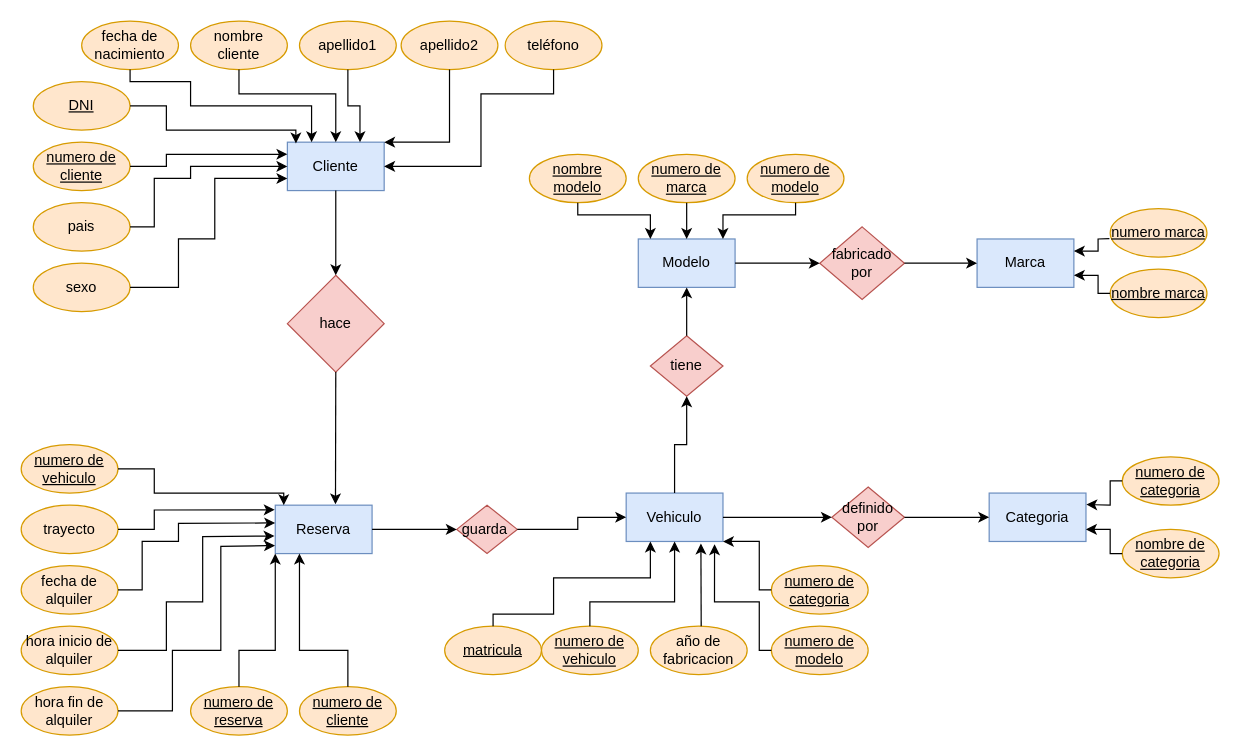
PedroCorroDev/aprendiendo-react keeps this draw.io diagram as Diagrama BBDD.drawio. Above is the earlier version. Source tidied: cells renumbered, new cells numbered last; positions are measured from the earlier drawing's top-left corner, leaving out a move shared by most shapes. Both pictures are drawn from the tidied source at 121%, with x=0, y=0 at pixel (21, 21).
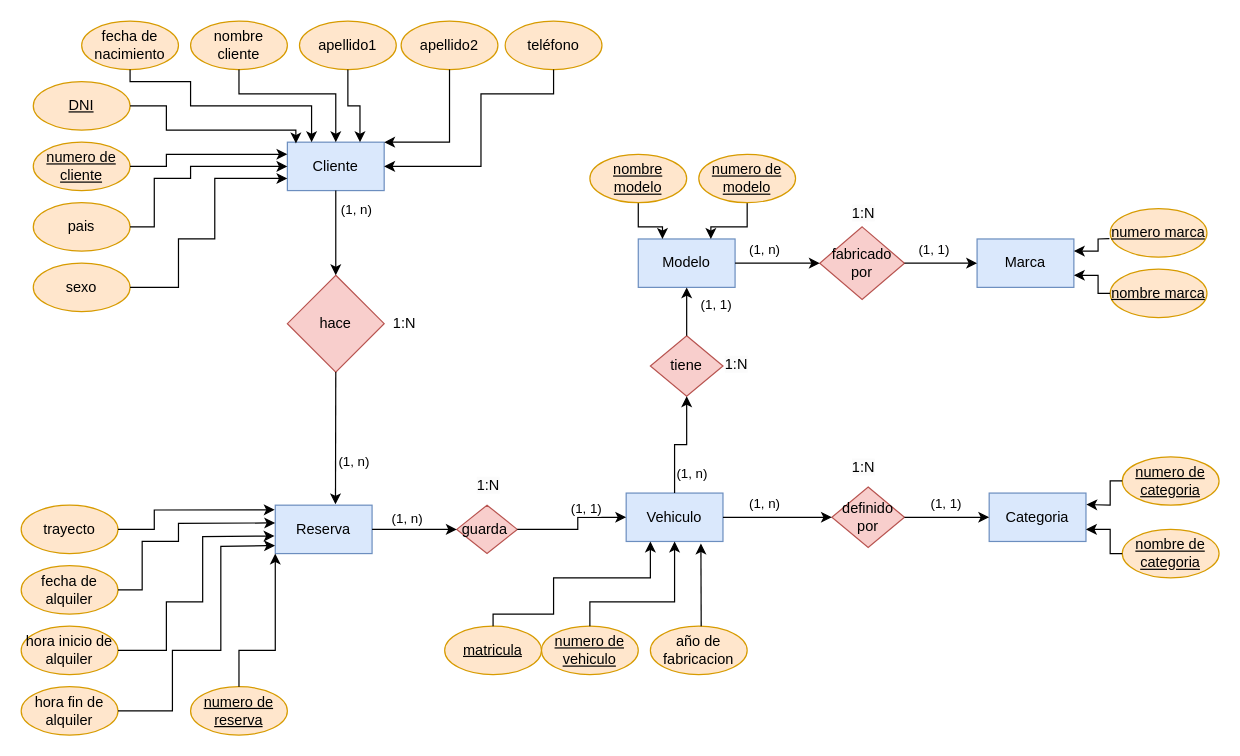
After the change.

The change refers to these unchanged cells:
```xml
<mxCell id="21" value="Reserva" style="rounded=0;whiteSpace=wrap;html=1;fillColor=#dae8fc;strokeColor=#6c8ebf;" parent="1" vertex="1">
  <mxGeometry x="210" y="400" width="80" height="40" as="geometry" />
</mxCell>
<mxCell id="34" value="Vehiculo" style="rounded=0;whiteSpace=wrap;html=1;fillColor=#dae8fc;strokeColor=#6c8ebf;" parent="1" vertex="1">
  <mxGeometry x="500" y="390" width="80" height="40" as="geometry" />
</mxCell>
<mxCell id="44" value="Modelo" style="rounded=0;whiteSpace=wrap;html=1;fillColor=#dae8fc;strokeColor=#6c8ebf;" parent="1" vertex="1">
  <mxGeometry x="510" y="180" width="80" height="40" as="geometry" />
</mxCell>
<mxCell id="52" style="endArrow=classic;html=1;rounded=0;exitX=0.5;exitY=1;exitDx=0;exitDy=0;" parent="1" edge="1" source="2" target="51">
  <mxGeometry relative="1" as="geometry" />
</mxCell>
<mxCell id="53" style="endArrow=classic;html=1;rounded=0;exitX=0.5;exitY=1;exitDx=0;exitDy=0;entryX=0.622;entryY=-0.017;entryDx=0;entryDy=0;entryPerimeter=0;" parent="1" edge="1" source="51" target="21">
  <mxGeometry relative="1" as="geometry" />
</mxCell>
```

What changed in the source:
```diff
@@
-    <mxCell id="22" value="&lt;u&gt;numero de cliente&lt;/u&gt;" style="ellipse;whiteSpace=wrap;html=1;fillColor=#ffe6cc;strokeColor=#d79b00;" parent="1" vertex="1">
-      <mxGeometry x="230" y="550" width="80" height="40" as="geometry" />
-    </mxCell>
@@
-    <mxCell id="25" value="&lt;u&gt;numero de vehiculo&lt;/u&gt;" style="ellipse;whiteSpace=wrap;html=1;fillColor=#ffe6cc;strokeColor=#d79b00;" parent="1" vertex="1">
-      <mxGeometry y="350" width="80" height="40" as="geometry" />
-    </mxCell>
@@
-    <mxCell id="30" style="endArrow=classic;html=1;rounded=0;" parent="1" edge="1" source="25">
-      <mxGeometry relative="1" as="geometry">
-        <mxPoint x="217" y="400" as="targetPoint" />
-        <Array as="points">
-          <mxPoint x="110" y="370" />
-          <mxPoint x="110" y="390" />
-          <mxPoint x="217" y="390" />
-        </Array>
-      </mxGeometry>
-    </mxCell>
@@
-    <mxCell id="38" value="&lt;u&gt;numero de categoria&lt;/u&gt;" style="ellipse;whiteSpace=wrap;html=1;fillColor=#ffe6cc;strokeColor=#d79b00;" parent="1" vertex="1">
-      <mxGeometry x="620" y="450" width="80" height="40" as="geometry" />
-    </mxCell>
-    <mxCell id="39" value="&lt;u&gt;numero de modelo&lt;/u&gt;" style="ellipse;whiteSpace=wrap;html=1;fillColor=#ffe6cc;strokeColor=#d79b00;" parent="1" vertex="1">
-      <mxGeometry x="620" y="500" width="80" height="40" as="geometry" />
-    </mxCell>
@@
+    <mxCell id="68" style="edgeStyle=orthogonalEdgeStyle;rounded=0;jettySize=auto;html=1;entryX=0.75;entryY=0;entryDx=0;entryDy=0;" parent="1" edge="1" source="45" target="44">
+      <mxGeometry relative="1" as="geometry" />
+    </mxCell>
     <mxCell id="45" value="&lt;u&gt;numero de modelo&lt;/u&gt;" style="ellipse;whiteSpace=wrap;html=1;fillColor=#ffe6cc;strokeColor=#d79b00;" parent="1" vertex="1">
-      <mxGeometry x="600" y="110" width="80" height="40" as="geometry" />
+      <mxGeometry x="560" y="110" width="80" height="40" as="geometry" />
     </mxCell>
-    <mxCell id="46" value="&lt;u&gt;numero de marca&lt;/u&gt;" style="ellipse;whiteSpace=wrap;html=1;fillColor=#ffe6cc;strokeColor=#d79b00;" parent="1" vertex="1">
-      <mxGeometry x="510" y="110" width="80" height="40" as="geometry" />
-    </mxCell>
+    <mxCell id="66" style="edgeStyle=orthogonalEdgeStyle;rounded=0;jettySize=auto;html=1;entryX=0.25;entryY=0;entryDx=0;entryDy=0;" parent="1" edge="1" source="47" target="44">
+      <mxGeometry relative="1" as="geometry" />
+    </mxCell>
     <mxCell id="47" value="&lt;u&gt;nombre modelo&lt;/u&gt;" style="ellipse;whiteSpace=wrap;html=1;fillColor=#ffe6cc;strokeColor=#d79b00;" parent="1" vertex="1">
-      <mxGeometry x="420" y="110" width="80" height="40" as="geometry" />
+      <mxGeometry x="470" y="110" width="80" height="40" as="geometry" />
     </mxCell>
@@
+    <mxCell id="79" value="(1, n)" style="edgeLabel;html=1;align=center;verticalAlign=middle;" parent="52" vertex="1">
+      <mxGeometry x="-0.54" y="2" relative="1" as="geometry">
+        <mxPoint x="14" y="-1" as="offset" />
+      </mxGeometry>
+    </mxCell>
@@
+    <mxCell id="80" value="(1, n)" style="edgeLabel;html=1;align=center;verticalAlign=middle;" parent="53" vertex="1">
+      <mxGeometry x="0.34" y="4" relative="1" as="geometry">
+        <mxPoint x="11" as="offset" />
+      </mxGeometry>
+    </mxCell>
@@
-    <mxCell id="56" style="endArrow=classic;html=1;rounded=0;exitX=0;exitY=0.5;exitDx=0;exitDy=0;entryX=1;entryY=1;entryDx=0;entryDy=0;" parent="1" edge="1" source="38" target="34">
-      <mxGeometry relative="1" as="geometry">
-        <Array as="points">
-          <mxPoint x="610" y="470" />
-          <mxPoint x="610" y="460" />
-          <mxPoint x="610" y="430" />
-          <mxPoint x="600" y="430" />
-        </Array>
-      </mxGeometry>
-    </mxCell>
-    <mxCell id="57" style="endArrow=classic;html=1;rounded=0;exitX=0;exitY=0.5;exitDx=0;exitDy=0;entryX=0.913;entryY=1.058;entryDx=0;entryDy=0;entryPerimeter=0;" parent="1" edge="1" source="39" target="34">
-      <mxGeometry relative="1" as="geometry">
-        <Array as="points">
-          <mxPoint x="610" y="520" />
-          <mxPoint x="610" y="480" />
-          <mxPoint x="590" y="480" />
-          <mxPoint x="573" y="480" />
-        </Array>
-      </mxGeometry>
-    </mxCell>
@@
-    <mxCell id="66" style="endArrow=classic;html=1;rounded=0;exitX=0.5;exitY=1;exitDx=0;exitDy=0;entryX=0.125;entryY=0;entryDx=0;entryDy=0;entryPerimeter=0;" parent="1" edge="1" source="47" target="44">
-      <mxGeometry relative="1" as="geometry">
-        <Array as="points">
-          <mxPoint x="460" y="160" />
-          <mxPoint x="500" y="160" />
-          <mxPoint x="520" y="160" />
-          <mxPoint x="520" y="170" />
-        </Array>
-      </mxGeometry>
-    </mxCell>
-    <mxCell id="67" style="endArrow=classic;html=1;rounded=0;exitX=0.5;exitY=1;exitDx=0;exitDy=0;entryX=0.5;entryY=0;entryDx=0;entryDy=0;" parent="1" edge="1" source="46" target="44">
-      <mxGeometry relative="1" as="geometry" />
-    </mxCell>
-    <mxCell id="68" style="endArrow=classic;html=1;rounded=0;exitX=0.5;exitY=1;exitDx=0;exitDy=0;entryX=0.875;entryY=0;entryDx=0;entryDy=0;entryPerimeter=0;" parent="1" edge="1" source="45" target="44">
-      <mxGeometry relative="1" as="geometry">
-        <Array as="points">
-          <mxPoint x="640" y="160" />
-          <mxPoint x="580" y="160" />
-        </Array>
-      </mxGeometry>
-    </mxCell>
@@
-    <mxCell id="78" style="endArrow=classic;html=1;rounded=0;exitX=0.5;exitY=0;exitDx=0;exitDy=0;entryX=0.25;entryY=1;entryDx=0;entryDy=0;" parent="1" edge="1" source="22" target="21">
-      <mxGeometry relative="1" as="geometry">
-        <Array as="points">
-          <mxPoint x="270" y="520" />
-          <mxPoint x="230" y="520" />
-        </Array>
-      </mxGeometry>
-    </mxCell>
+    <mxCell id="81" value="1:N" style="text;html=1;strokeColor=none;fillColor=none;align=center;verticalAlign=middle;whiteSpace=wrap;rounded=0;" parent="1" vertex="1">
+      <mxGeometry x="287" y="235" width="60" height="30" as="geometry" />
+    </mxCell>
+    <mxCell id="82" value="(1, n)" style="edgeLabel;html=1;align=center;verticalAlign=middle;" parent="1" vertex="1">
+      <mxGeometry x="287" y="385" as="geometry">
+        <mxPoint x="31" y="25" as="offset" />
+      </mxGeometry>
+    </mxCell>
+    <mxCell id="83" value="(1, 1)" style="edgeLabel;html=1;align=center;verticalAlign=middle;" parent="1" vertex="1">
+      <mxGeometry x="300" y="380" as="geometry">
+        <mxPoint x="166" y="22" as="offset" />
+      </mxGeometry>
+    </mxCell>
+    <mxCell id="84" value="&lt;span style=&quot;color: rgb(0, 0, 0); font-family: Helvetica; font-size: 12px; font-style: normal; font-variant-ligatures: normal; font-variant-caps: normal; font-weight: 400; letter-spacing: normal; orphans: 2; text-align: center; text-indent: 0px; text-transform: none; widows: 2; word-spacing: 0px; -webkit-text-stroke-width: 0px; background-color: rgb(251, 251, 251); text-decoration-thickness: initial; text-decoration-style: initial; text-decoration-color: initial; float: none; display: inline !important;&quot;&gt;1:N&lt;/span&gt;" style="text;whiteSpace=wrap;html=1;" parent="1" vertex="1">
+      <mxGeometry x="374.5" y="370" width="21" height="30" as="geometry" />
+    </mxCell>
+    <mxCell id="85" value="&lt;span style=&quot;color: rgb(0, 0, 0); font-family: Helvetica; font-size: 11px; font-style: normal; font-variant-ligatures: normal; font-variant-caps: normal; font-weight: 400; letter-spacing: normal; orphans: 2; text-align: center; text-indent: 0px; text-transform: none; widows: 2; word-spacing: 0px; -webkit-text-stroke-width: 0px; background-color: rgb(255, 255, 255); text-decoration-thickness: initial; text-decoration-style: initial; text-decoration-color: initial; float: none; display: inline !important;&quot;&gt;(1, n)&lt;/span&gt;" style="text;whiteSpace=wrap;html=1;" parent="1" vertex="1">
+      <mxGeometry x="540" y="360" width="60" height="40" as="geometry" />
+    </mxCell>
+    <mxCell id="86" value="&lt;span style=&quot;color: rgb(0, 0, 0); font-family: Helvetica; font-size: 11px; font-style: normal; font-variant-ligatures: normal; font-variant-caps: normal; font-weight: 400; letter-spacing: normal; orphans: 2; text-align: center; text-indent: 0px; text-transform: none; widows: 2; word-spacing: 0px; -webkit-text-stroke-width: 0px; background-color: rgb(255, 255, 255); text-decoration-thickness: initial; text-decoration-style: initial; text-decoration-color: initial; float: none; display: inline !important;&quot;&gt;(1, 1)&lt;/span&gt;" style="text;whiteSpace=wrap;html=1;" parent="1" vertex="1">
+      <mxGeometry x="560" y="220" width="60" height="40" as="geometry" />
+    </mxCell>
+    <mxCell id="87" value="&lt;span style=&quot;color: rgb(0, 0, 0); font-family: Helvetica; font-size: 12px; font-style: normal; font-variant-ligatures: normal; font-variant-caps: normal; font-weight: 400; letter-spacing: normal; orphans: 2; text-align: center; text-indent: 0px; text-transform: none; widows: 2; word-spacing: 0px; -webkit-text-stroke-width: 0px; background-color: rgb(251, 251, 251); text-decoration-thickness: initial; text-decoration-style: initial; text-decoration-color: initial; float: none; display: inline !important;&quot;&gt;1:N&lt;/span&gt;" style="text;whiteSpace=wrap;html=1;" parent="1" vertex="1">
+      <mxGeometry x="580" y="270" width="30" height="30" as="geometry" />
+    </mxCell>
+    <mxCell id="88" value="&lt;span style=&quot;color: rgb(0, 0, 0); font-family: Helvetica; font-size: 11px; font-style: normal; font-variant-ligatures: normal; font-variant-caps: normal; font-weight: 400; letter-spacing: normal; orphans: 2; text-align: center; text-indent: 0px; text-transform: none; widows: 2; word-spacing: 0px; -webkit-text-stroke-width: 0px; background-color: rgb(255, 255, 255); text-decoration-thickness: initial; text-decoration-style: initial; text-decoration-color: initial; float: none; display: inline !important;&quot;&gt;(1, n)&lt;/span&gt;" style="text;whiteSpace=wrap;html=1;" parent="1" vertex="1">
+      <mxGeometry x="600" y="175" width="30" height="20" as="geometry" />
+    </mxCell>
+    <mxCell id="89" value="&lt;span style=&quot;color: rgb(0, 0, 0); font-family: Helvetica; font-size: 11px; font-style: normal; font-variant-ligatures: normal; font-variant-caps: normal; font-weight: 400; letter-spacing: normal; orphans: 2; text-align: center; text-indent: 0px; text-transform: none; widows: 2; word-spacing: 0px; -webkit-text-stroke-width: 0px; background-color: rgb(255, 255, 255); text-decoration-thickness: initial; text-decoration-style: initial; text-decoration-color: initial; float: none; display: inline !important;&quot;&gt;(1, 1)&lt;/span&gt;" style="text;whiteSpace=wrap;html=1;" parent="1" vertex="1">
+      <mxGeometry x="740" y="175" width="30" height="20" as="geometry" />
+    </mxCell>
+    <mxCell id="90" value="&lt;span style=&quot;color: rgb(0, 0, 0); font-family: Helvetica; font-size: 12px; font-style: normal; font-variant-ligatures: normal; font-variant-caps: normal; font-weight: 400; letter-spacing: normal; orphans: 2; text-align: center; text-indent: 0px; text-transform: none; widows: 2; word-spacing: 0px; -webkit-text-stroke-width: 0px; background-color: rgb(251, 251, 251); text-decoration-thickness: initial; text-decoration-style: initial; text-decoration-color: initial; float: none; display: inline !important;&quot;&gt;1:N&lt;/span&gt;" style="text;whiteSpace=wrap;html=1;" parent="1" vertex="1">
+      <mxGeometry x="685" y="145" width="30" height="25" as="geometry" />
+    </mxCell>
+    <mxCell id="91" value="&lt;span style=&quot;color: rgb(0, 0, 0); font-family: Helvetica; font-size: 11px; font-style: normal; font-variant-ligatures: normal; font-variant-caps: normal; font-weight: 400; letter-spacing: normal; orphans: 2; text-align: center; text-indent: 0px; text-transform: none; widows: 2; word-spacing: 0px; -webkit-text-stroke-width: 0px; background-color: rgb(255, 255, 255); text-decoration-thickness: initial; text-decoration-style: initial; text-decoration-color: initial; float: none; display: inline !important;&quot;&gt;(1, n)&lt;/span&gt;" style="text;whiteSpace=wrap;html=1;" parent="1" vertex="1">
+      <mxGeometry x="600" y="385" width="30" height="20" as="geometry" />
+    </mxCell>
+    <mxCell id="92" value="&lt;span style=&quot;color: rgb(0, 0, 0); font-family: Helvetica; font-size: 11px; font-style: normal; font-variant-ligatures: normal; font-variant-caps: normal; font-weight: 400; letter-spacing: normal; orphans: 2; text-align: center; text-indent: 0px; text-transform: none; widows: 2; word-spacing: 0px; -webkit-text-stroke-width: 0px; background-color: rgb(255, 255, 255); text-decoration-thickness: initial; text-decoration-style: initial; text-decoration-color: initial; float: none; display: inline !important;&quot;&gt;(1, 1)&lt;/span&gt;" style="text;whiteSpace=wrap;html=1;" parent="1" vertex="1">
+      <mxGeometry x="750" y="385" width="30" height="20" as="geometry" />
+    </mxCell>
+    <mxCell id="93" value="&lt;span style=&quot;color: rgb(0, 0, 0); font-family: Helvetica; font-size: 12px; font-style: normal; font-variant-ligatures: normal; font-variant-caps: normal; font-weight: 400; letter-spacing: normal; orphans: 2; text-align: center; text-indent: 0px; text-transform: none; widows: 2; word-spacing: 0px; -webkit-text-stroke-width: 0px; background-color: rgb(251, 251, 251); text-decoration-thickness: initial; text-decoration-style: initial; text-decoration-color: initial; float: none; display: inline !important;&quot;&gt;1:N&lt;/span&gt;" style="text;whiteSpace=wrap;html=1;" parent="1" vertex="1">
+      <mxGeometry x="685" y="355" width="30" height="25" as="geometry" />
+    </mxCell>
```
